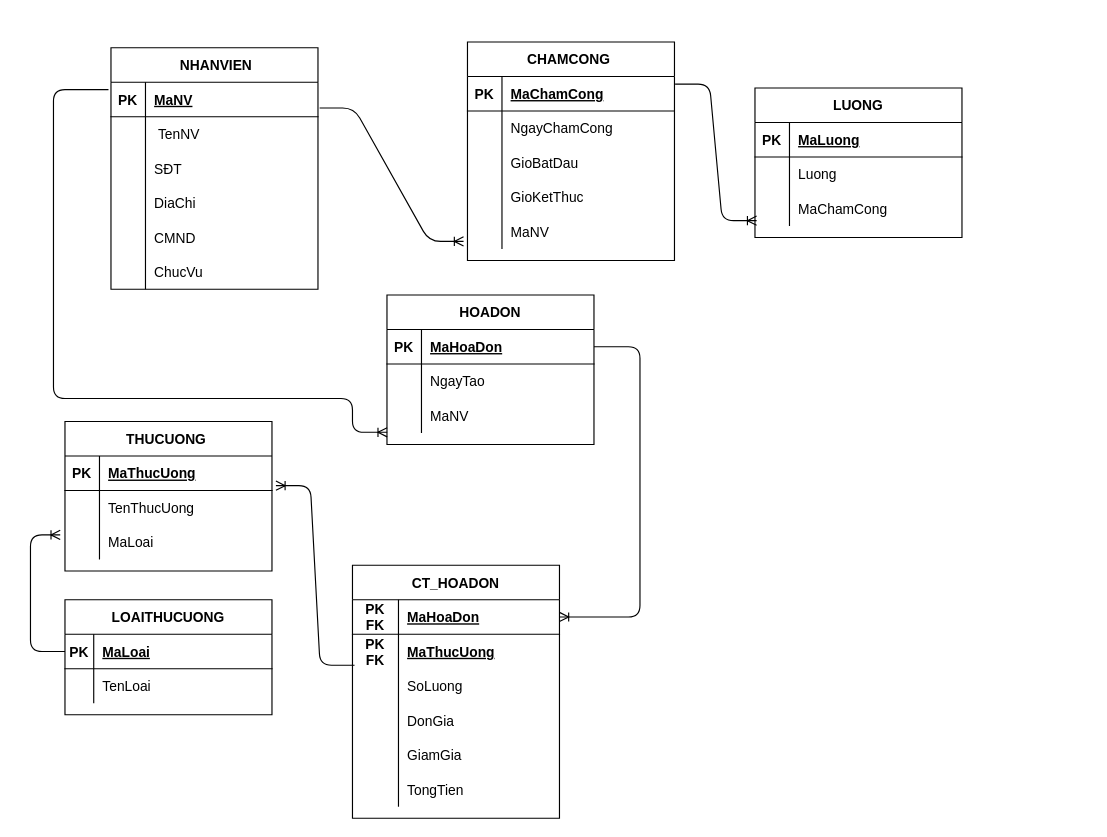
The draw.io diagram Draw.io/ERD.drawio in TruongNguyenYenNhi/PTTK-QL-b-n-h-ng, before the edit. Source tidied: cells renumbered, new cells numbered last; positions are measured from the earlier drawing's top-left corner, leaving out a move shared by most shapes. Both pictures are drawn from the tidied source at 115%, with x=0, y=0 at pixel (30, 41).
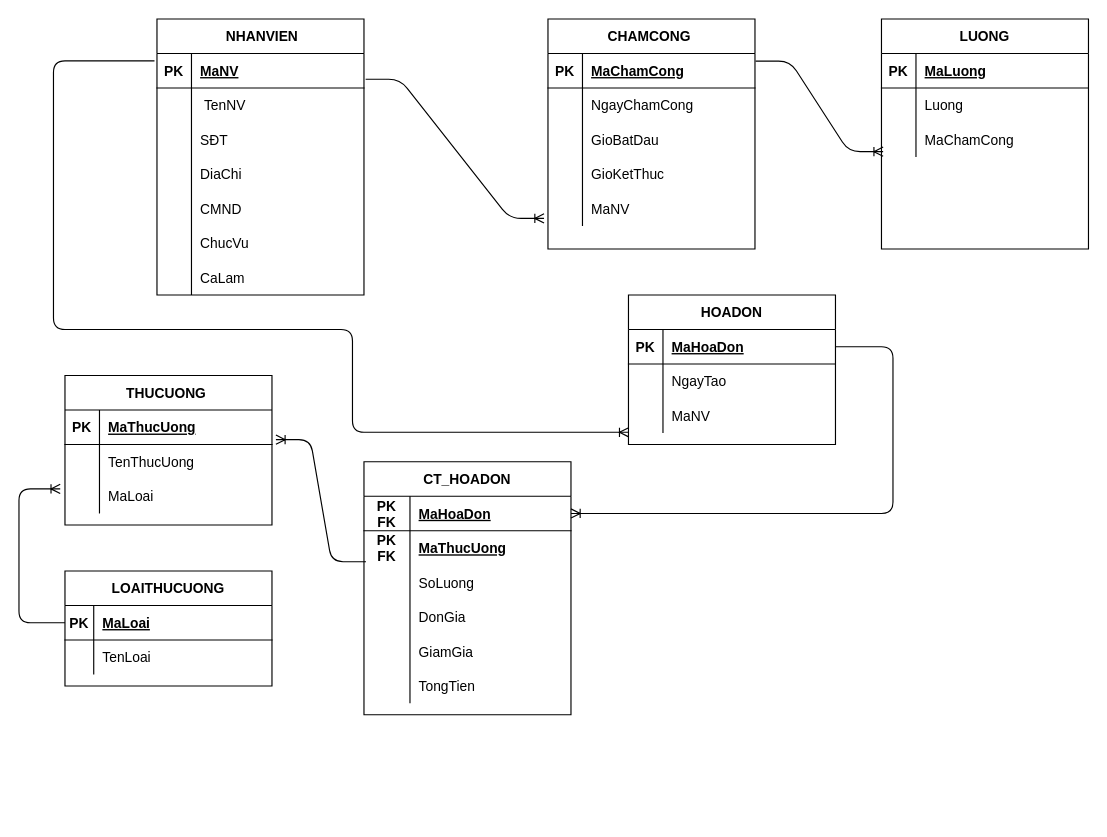
The same page after the edit.

Unchanged cells that the change refers to:
```xml
<mxCell id="3" style="shape=partialRectangle;fillColor=none;top=0;left=0;bottom=1;right=0;points=[[0,0.5],[1,0.5]];portConstraint=eastwest;" parent="2" vertex="1">
  <mxGeometry y="30" width="180" height="30" as="geometry" />
</mxCell>
<mxCell id="54" style="shape=partialRectangle;fillColor=none;top=0;left=0;bottom=0;right=0;points=[[0,0.5],[1,0.5]];portConstraint=eastwest;" parent="47" vertex="1">
  <mxGeometry y="90" width="180" height="30" as="geometry" />
</mxCell>
<mxCell id="58" style="shape=partialRectangle;fillColor=none;top=0;left=0;bottom=1;right=0;points=[[0,0.5],[1,0.5]];portConstraint=eastwest;" parent="57" vertex="1">
  <mxGeometry y="30" width="180" height="30" as="geometry" />
</mxCell>
<mxCell id="77" style="shape=partialRectangle;fillColor=none;top=0;left=0;bottom=1;right=0;points=[[0,0.5],[1,0.5]];portConstraint=eastwest;" parent="76" vertex="1">
  <mxGeometry y="30" width="180" height="30" as="geometry" />
</mxCell>
<mxCell id="83" style="shape=partialRectangle;fillColor=none;top=0;left=0;bottom=0;right=0;points=[[0,0.5],[1,0.5]];portConstraint=eastwest;" parent="76" vertex="1">
  <mxGeometry y="90" width="180" height="30" as="geometry" />
</mxCell>
<mxCell id="87" style="shape=partialRectangle;fillColor=none;top=0;left=0;bottom=1;right=0;points=[[0,0.5],[1,0.5]];portConstraint=eastwest;" parent="86" vertex="1">
  <mxGeometry y="30" width="180" height="30" as="geometry" />
</mxCell>
```

Change to the diagram source:
```diff
@@
     <mxCell id="2" value=" NHANVIEN" style="shape=table;startSize=30;childLayout=tableLayout;rowLines=0;fontStyle=1;align=center;" parent="1" vertex="1">
-      <mxGeometry x="70" y="5" width="180" height="210" as="geometry" />
+      <mxGeometry x="110" y="-20" width="180" height="240" as="geometry" />
     </mxCell>
@@
+    <mxCell id="99" style="shape=partialRectangle;fillColor=none;top=0;left=0;bottom=0;right=0;" parent="2" vertex="1">
+      <mxGeometry y="210" width="180" height="30" as="geometry" />
+    </mxCell>
+    <mxCell id="100" style="shape=partialRectangle;fillColor=none;top=0;left=0;bottom=0;right=0;overflow=hidden;" parent="99" vertex="1">
+      <mxGeometry width="30" height="30" as="geometry" />
+    </mxCell>
+    <mxCell id="101" value="CaLam" style="shape=partialRectangle;fillColor=none;top=0;left=0;bottom=0;right=0;align=left;spacingLeft=6;overflow=hidden;" parent="99" vertex="1">
+      <mxGeometry x="30" width="150" height="30" as="geometry" />
+    </mxCell>
     <mxCell id="21" value="CHAMCONG " style="shape=table;startSize=30;childLayout=tableLayout;rowLines=0;fontStyle=1;align=center;" parent="1" vertex="1">
-      <mxGeometry x="380" width="180" height="190" as="geometry" />
+      <mxGeometry x="450" y="-20" width="180" height="200" as="geometry" />
     </mxCell>
@@
     <mxCell id="37" value="LUONG" style="shape=table;startSize=30;childLayout=tableLayout;rowLines=0;fontStyle=1;align=center;" parent="1" vertex="1">
-      <mxGeometry x="630" y="40" width="180" height="130" as="geometry" />
+      <mxGeometry x="740" y="-20" width="180" height="200" as="geometry" />
     </mxCell>
@@
     <mxCell id="47" value="THUCUONG " style="shape=table;startSize=30;childLayout=tableLayout;rowLines=0;fontStyle=1;align=center;" parent="1" vertex="1">
-      <mxGeometry x="30" y="330" width="180" height="130" as="geometry" />
+      <mxGeometry x="30" y="290" width="180" height="130" as="geometry" />
     </mxCell>
@@
     <mxCell id="57" value="CT_HOADON" style="shape=table;startSize=30;childLayout=tableLayout;rowLines=0;fontStyle=1;align=center;" parent="1" vertex="1">
-      <mxGeometry x="280" y="455" width="180" height="220" as="geometry" />
+      <mxGeometry x="290" y="365" width="180" height="220" as="geometry" />
     </mxCell>
@@
     <mxCell id="76" value="HOADON" style="shape=table;startSize=30;childLayout=tableLayout;rowLines=0;fontStyle=1;align=center;" parent="1" vertex="1">
-      <mxGeometry x="310" y="220" width="180" height="130" as="geometry" />
+      <mxGeometry x="520" y="220" width="180" height="130" as="geometry" />
     </mxCell>
@@
     <mxCell id="86" value="LOAITHUCUONG" style="shape=table;startSize=30;childLayout=tableLayout;rowLines=0;fontStyle=1;align=center;" parent="1" vertex="1">
-      <mxGeometry x="30" y="485" width="180" height="100" as="geometry" />
+      <mxGeometry x="30" y="460" width="180" height="100" as="geometry" />
     </mxCell>
@@
     <mxCell id="94" style="edgeStyle=orthogonalEdgeStyle;fontSize=12;html=1;endArrow=ERoneToMany;entryX=-0.023;entryY=0.287;entryDx=0;entryDy=0;exitX=0;exitY=0.5;exitDx=0;exitDy=0;entryPerimeter=0;" parent="1" edge="1" source="87" target="54">
       <mxGeometry relative="1" as="geometry">
         <Array as="points">
-          <mxPoint y="530" />
-          <mxPoint y="429" />
+          <mxPoint x="-10" y="505" />
+          <mxPoint x="-10" y="389" />
         </Array>
       </mxGeometry>
     </mxCell>
@@
     <mxCell id="96" style="edgeStyle=orthogonalEdgeStyle;fontSize=12;html=1;endArrow=ERoneToMany;exitX=1;exitY=0.5;exitDx=0;exitDy=0;entryX=1;entryY=0.5;entryDx=0;entryDy=0;" parent="1" edge="1" source="77" target="58">
       <mxGeometry relative="1" as="geometry">
         <Array as="points">
-          <mxPoint x="530" y="265" />
-          <mxPoint x="530" y="500" />
+          <mxPoint x="750" y="265" />
+          <mxPoint x="750" y="410" />
         </Array>
       </mxGeometry>
     </mxCell>
@@
     <mxCell id="98" style="edgeStyle=orthogonalEdgeStyle;fontSize=12;html=1;endArrow=ERoneToMany;exitX=-0.012;exitY=0.213;exitDx=0;exitDy=0;exitPerimeter=0;entryX=0.001;entryY=0.98;entryDx=0;entryDy=0;entryPerimeter=0;" parent="1" edge="1" source="3" target="83">
       <mxGeometry relative="1" as="geometry">
         <Array as="points">
-          <mxPoint x="20" y="41" />
-          <mxPoint x="20" y="310" />
-          <mxPoint x="280" y="310" />
+          <mxPoint x="20" y="16" />
+          <mxPoint x="20" y="250" />
+          <mxPoint x="280" y="250" />
           <mxPoint x="280" y="339" />
         </Array>
       </mxGeometry>
     </mxCell>
```
